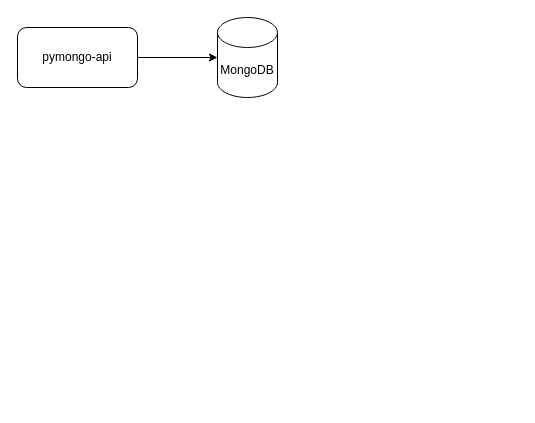
Earlier version of the draw.io diagram diagrams/task1.drawio (Alex009/architecture-sprint-2). Source tidied: cells renumbered, new cells numbered last; positions are measured from the earlier drawing's top-left corner, leaving out a move shared by most shapes. Both pictures are drawn from the tidied source at 100%, with x=0, y=0 at pixel (17, 17).
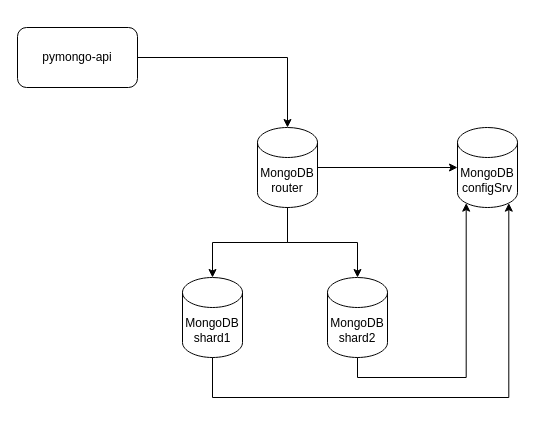
The same diagram, later.

What changed in the source:
```diff
@@
 <mxGraphModel>
   <root>
     <mxCell id="0" />
     <mxCell id="1" parent="0" />
-    <mxCell id="2" value="MongoDB" style="shape=cylinder3;whiteSpace=wrap;html=1;boundedLbl=1;backgroundOutline=1;size=15;" parent="1" vertex="1">
-      <mxGeometry x="200" width="60" height="80" as="geometry" />
-    </mxCell>
     <mxCell id="3" value="pymongo-api" style="rounded=1;whiteSpace=wrap;html=1;" parent="1" vertex="1">
       <mxGeometry y="10" width="120" height="60" as="geometry" />
     </mxCell>
-    <mxCell id="4" style="edgeStyle=orthogonalEdgeStyle;rounded=0;jettySize=auto;html=1;exitX=1;exitY=0.5;exitDx=0;exitDy=0;entryX=0;entryY=0.5;entryDx=0;entryDy=0;entryPerimeter=0;" parent="1" edge="1" source="3" target="2">
+    <mxCell id="4" style="edgeStyle=orthogonalEdgeStyle;rounded=0;jettySize=auto;html=1;exitX=1;exitY=0.5;exitDx=0;exitDy=0;entryX=0.5;entryY=0;entryDx=0;entryDy=0;entryPerimeter=0;" parent="1" edge="1" source="3" target="7">
       <mxGeometry relative="1" as="geometry" />
     </mxCell>
+    <mxCell id="5" value="MongoDB&lt;br&gt;shard1" style="shape=cylinder3;whiteSpace=wrap;html=1;boundedLbl=1;backgroundOutline=1;size=15;" parent="1" vertex="1">
+      <mxGeometry x="165" y="260" width="60" height="80" as="geometry" />
+    </mxCell>
+    <mxCell id="6" value="MongoDB&lt;br&gt;shard2" style="shape=cylinder3;whiteSpace=wrap;html=1;boundedLbl=1;backgroundOutline=1;size=15;" parent="1" vertex="1">
+      <mxGeometry x="310" y="260" width="60" height="80" as="geometry" />
+    </mxCell>
+    <mxCell id="7" value="MongoDB&lt;br&gt;router" style="shape=cylinder3;whiteSpace=wrap;html=1;boundedLbl=1;backgroundOutline=1;size=15;" parent="1" vertex="1">
+      <mxGeometry x="240" y="110" width="60" height="80" as="geometry" />
+    </mxCell>
+    <mxCell id="8" value="MongoDB&lt;br&gt;configSrv" style="shape=cylinder3;whiteSpace=wrap;html=1;boundedLbl=1;backgroundOutline=1;size=15;" parent="1" vertex="1">
+      <mxGeometry x="440" y="110" width="60" height="80" as="geometry" />
+    </mxCell>
+    <mxCell id="9" style="edgeStyle=orthogonalEdgeStyle;rounded=0;jettySize=auto;html=1;exitX=0.5;exitY=1;exitDx=0;exitDy=0;exitPerimeter=0;entryX=0.5;entryY=0;entryDx=0;entryDy=0;entryPerimeter=0;" parent="1" edge="1" source="7" target="5">
+      <mxGeometry relative="1" as="geometry" />
+    </mxCell>
+    <mxCell id="10" style="edgeStyle=orthogonalEdgeStyle;rounded=0;jettySize=auto;html=1;exitX=0.5;exitY=1;exitDx=0;exitDy=0;exitPerimeter=0;entryX=0.5;entryY=0;entryDx=0;entryDy=0;entryPerimeter=0;" parent="1" edge="1" source="7" target="6">
+      <mxGeometry relative="1" as="geometry" />
+    </mxCell>
+    <mxCell id="11" style="edgeStyle=orthogonalEdgeStyle;rounded=0;jettySize=auto;html=1;exitX=1;exitY=0.5;exitDx=0;exitDy=0;exitPerimeter=0;entryX=0;entryY=0.5;entryDx=0;entryDy=0;entryPerimeter=0;" parent="1" edge="1" source="7" target="8">
+      <mxGeometry relative="1" as="geometry" />
+    </mxCell>
+    <mxCell id="12" style="edgeStyle=orthogonalEdgeStyle;rounded=0;jettySize=auto;html=1;exitX=0.5;exitY=1;exitDx=0;exitDy=0;exitPerimeter=0;entryX=0.145;entryY=1;entryDx=0;entryDy=-4.35;entryPerimeter=0;" parent="1" edge="1" source="6" target="8">
+      <mxGeometry relative="1" as="geometry" />
+    </mxCell>
+    <mxCell id="13" style="edgeStyle=orthogonalEdgeStyle;rounded=0;jettySize=auto;html=1;exitX=0.5;exitY=1;exitDx=0;exitDy=0;exitPerimeter=0;entryX=0.855;entryY=1;entryDx=0;entryDy=-4.35;entryPerimeter=0;" parent="1" edge="1" source="5" target="8">
+      <mxGeometry relative="1" as="geometry">
+        <Array as="points">
+          <mxPoint x="195" y="380" />
+          <mxPoint x="491" y="380" />
+        </Array>
+      </mxGeometry>
+    </mxCell>
   </root>
 </mxGraphModel>
```
